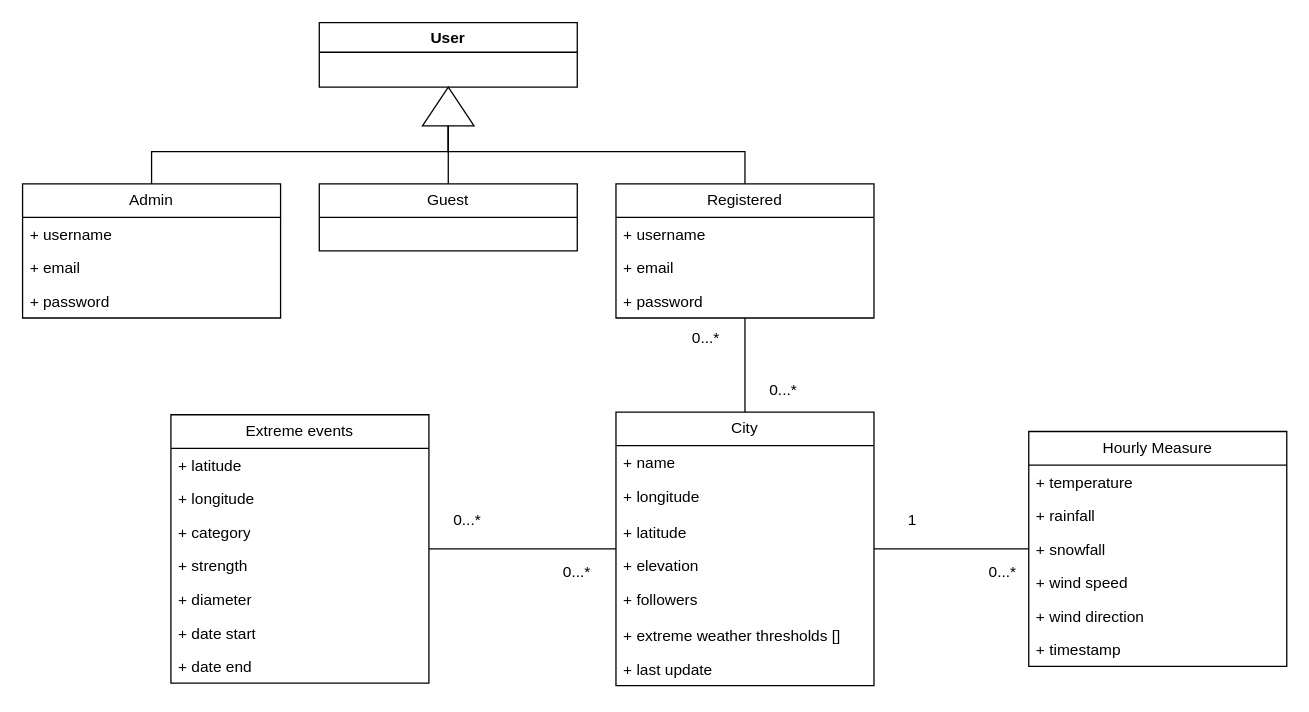
The draw.io diagram uml.drawio in AlessioSmn/Italy-Weather-Prediction-App, before the edit. Source tidied: cells renumbered, new cells numbered last; positions are measured from the earlier drawing's top-left corner, leaving out a move shared by most shapes. Both pictures are drawn from the tidied source at 129%, with x=0, y=0 at pixel (22, 22).
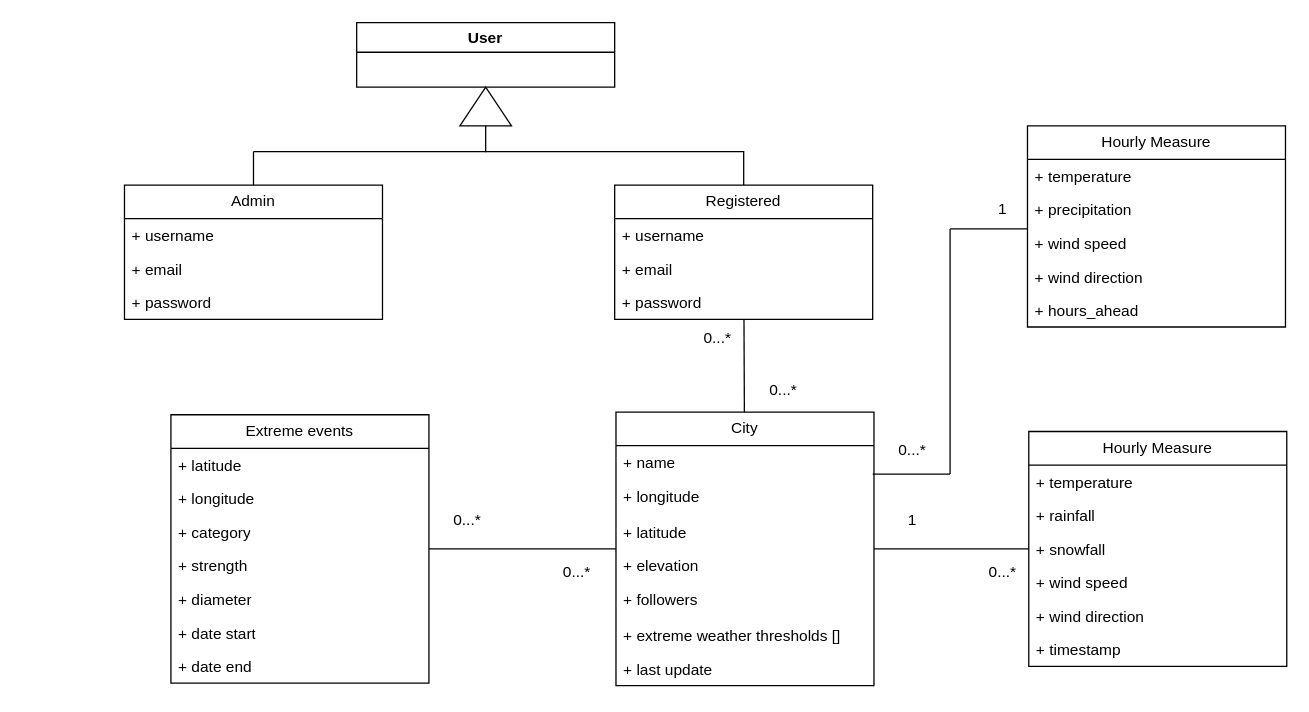
The same page after the edit.

Diff of the diagram source:
```diff
@@
     <mxCell id="2" value="User" style="swimlane;whiteSpace=wrap;html=1;startSize=23;" parent="1" vertex="1">
-      <mxGeometry x="230" width="200" height="50" as="geometry" />
+      <mxGeometry x="259" width="200" height="50" as="geometry" />
     </mxCell>
-    <mxCell id="3" style="edgeStyle=orthogonalEdgeStyle;rounded=0;jettySize=auto;html=1;entryX=0.5;entryY=1;entryDx=0;entryDy=0;" parent="1" edge="1" source="46" target="2">
-      <mxGeometry relative="1" as="geometry" />
-    </mxCell>
-    <mxCell id="4" style="edgeStyle=orthogonalEdgeStyle;rounded=0;jettySize=auto;html=1;entryX=0.5;entryY=1;entryDx=0;entryDy=0;" parent="1" edge="1" source="38" target="2">
-      <mxGeometry relative="1" as="geometry">
-        <Array as="points">
-          <mxPoint x="100" y="100" />
-          <mxPoint x="330" y="100" />
-        </Array>
-      </mxGeometry>
-    </mxCell>
-    <mxCell id="5" style="edgeStyle=orthogonalEdgeStyle;rounded=0;jettySize=auto;html=1;entryX=1;entryY=0.5;entryDx=0;entryDy=0;" parent="1" edge="1" source="42" target="6">
+    <mxCell id="5" style="edgeStyle=orthogonalEdgeStyle;rounded=0;jettySize=auto;html=1;entryX=1;entryY=0.5;entryDx=0;entryDy=0;exitX=0.5;exitY=0;exitDx=0;exitDy=0;" parent="1" edge="1" source="42" target="6">
       <mxGeometry relative="1" as="geometry">
         <Array as="points">
-          <mxPoint x="560" y="100" />
-          <mxPoint x="330" y="100" />
+          <mxPoint x="559" y="100" />
+          <mxPoint x="359" y="100" />
         </Array>
       </mxGeometry>
     </mxCell>
     <mxCell id="6" style="triangle;whiteSpace=wrap;html=1;direction=north;" parent="1" vertex="1">
-      <mxGeometry x="310" y="50" width="40" height="30" as="geometry" />
+      <mxGeometry x="339" y="50" width="40" height="30" as="geometry" />
     </mxCell>
@@
     <mxCell id="38" value="Admin" style="swimlane;fontStyle=0;horizontal=1;startSize=26;fillColor=none;whiteSpace=wrap;html=1;" parent="1" vertex="1">
-      <mxGeometry y="125" width="200" height="104" as="geometry" />
+      <mxGeometry x="79" y="126" width="200" height="104" as="geometry" />
     </mxCell>
@@
     <mxCell id="42" value="Registered" style="swimlane;fontStyle=0;horizontal=1;startSize=26;fillColor=none;whiteSpace=wrap;html=1;" parent="1" vertex="1">
-      <mxGeometry x="460" y="125" width="200" height="104" as="geometry" />
+      <mxGeometry x="459" y="126" width="200" height="104" as="geometry" />
     </mxCell>
@@
-    <mxCell id="46" value="Guest" style="swimlane;fontStyle=0;horizontal=1;startSize=26;fillColor=none;whiteSpace=wrap;html=1;" parent="1" vertex="1">
-      <mxGeometry x="230" y="125" width="200" height="52" as="geometry" />
-    </mxCell>
     <mxCell id="47" value="0...*" style="text;html=1;align=center;verticalAlign=middle;whiteSpace=wrap;rounded=0;" parent="1" vertex="1">
-      <mxGeometry x="500" y="230" width="60" height="30" as="geometry" />
+      <mxGeometry x="509" y="230" width="60" height="30" as="geometry" />
     </mxCell>
+    <mxCell id="48" style="endArrow=none;html=1;rounded=0;exitX=0.5;exitY=0;exitDx=0;exitDy=0;" parent="1" edge="1" source="38">
+      <mxGeometry relative="1" as="geometry">
+        <mxPoint x="179" y="100" as="targetPoint" />
+      </mxGeometry>
+    </mxCell>
+    <mxCell id="49" style="endArrow=none;html=1;rounded=0;" parent="1" edge="1">
+      <mxGeometry relative="1" as="geometry">
+        <mxPoint x="179" y="100" as="sourcePoint" />
+        <mxPoint x="359.4" y="100" as="targetPoint" />
+      </mxGeometry>
+    </mxCell>
+    <mxCell id="50" value="Hourly Measure" style="swimlane;fontStyle=0;horizontal=1;startSize=26;fillColor=none;whiteSpace=wrap;html=1;" parent="1" vertex="1">
+      <mxGeometry x="779" y="80" width="200" height="156" as="geometry" />
+    </mxCell>
+    <mxCell id="51" value="+ temperature" style="text;strokeColor=none;fillColor=none;align=left;verticalAlign=top;spacingLeft=4;spacingRight=4;overflow=hidden;whiteSpace=wrap;html=1;" parent="50" vertex="1">
+      <mxGeometry y="26" width="200" height="26" as="geometry" />
+    </mxCell>
+    <mxCell id="52" value="+ precipitation" style="text;strokeColor=none;fillColor=none;align=left;verticalAlign=top;spacingLeft=4;spacingRight=4;overflow=hidden;whiteSpace=wrap;html=1;" parent="50" vertex="1">
+      <mxGeometry y="52" width="200" height="26" as="geometry" />
+    </mxCell>
+    <mxCell id="53" value="+ wind speed" style="text;strokeColor=none;fillColor=none;align=left;verticalAlign=top;spacingLeft=4;spacingRight=4;overflow=hidden;whiteSpace=wrap;html=1;" parent="50" vertex="1">
+      <mxGeometry y="78" width="200" height="26" as="geometry" />
+    </mxCell>
+    <mxCell id="54" value="+ wind direction" style="text;strokeColor=none;fillColor=none;align=left;verticalAlign=top;spacingLeft=4;spacingRight=4;overflow=hidden;whiteSpace=wrap;html=1;" parent="50" vertex="1">
+      <mxGeometry y="104" width="200" height="26" as="geometry" />
+    </mxCell>
+    <mxCell id="55" value="+ hours_ahead" style="text;strokeColor=none;fillColor=none;align=left;verticalAlign=top;spacingLeft=4;spacingRight=4;overflow=hidden;whiteSpace=wrap;html=1;" parent="50" vertex="1">
+      <mxGeometry y="130" width="200" height="26" as="geometry" />
+    </mxCell>
+    <mxCell id="56" style="endArrow=none;html=1;rounded=0;" parent="1" edge="1">
+      <mxGeometry relative="1" as="geometry">
+        <mxPoint x="659" y="350" as="sourcePoint" />
+        <mxPoint x="719" y="350" as="targetPoint" />
+      </mxGeometry>
+    </mxCell>
+    <mxCell id="57" style="endArrow=none;html=1;rounded=0;" parent="1" edge="1">
+      <mxGeometry relative="1" as="geometry">
+        <mxPoint x="719" y="350" as="sourcePoint" />
+        <mxPoint x="719" y="160" as="targetPoint" />
+      </mxGeometry>
+    </mxCell>
+    <mxCell id="58" style="endArrow=none;html=1;rounded=0;entryX=0;entryY=0.077;entryDx=0;entryDy=0;entryPerimeter=0;" parent="1" edge="1">
+      <mxGeometry relative="1" as="geometry">
+        <mxPoint x="719" y="160" as="sourcePoint" />
+        <mxPoint x="779" y="160" as="targetPoint" />
+      </mxGeometry>
+    </mxCell>
+    <mxCell id="59" value="0...*" style="text;html=1;align=center;verticalAlign=middle;whiteSpace=wrap;rounded=0;" parent="1" vertex="1">
+      <mxGeometry x="660" y="317" width="60" height="30" as="geometry" />
+    </mxCell>
+    <mxCell id="60" value="1" style="text;html=1;align=center;verticalAlign=middle;whiteSpace=wrap;rounded=0;" parent="1" vertex="1">
+      <mxGeometry x="730" y="130" width="60" height="30" as="geometry" />
+    </mxCell>
```
